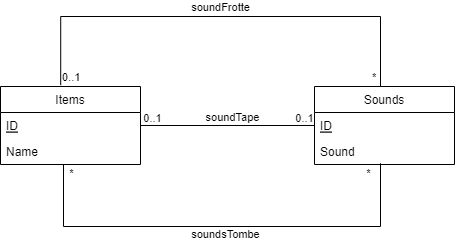
Above: res/UML_NotTransparent.drawio.png in AMT-TEAM03/quotes-exemple (draw.io), before the change. Source tidied: cells renumbered, new cells last; positions are measured from the earlier drawing's top-left corner, leaving out a move shared by most shapes.
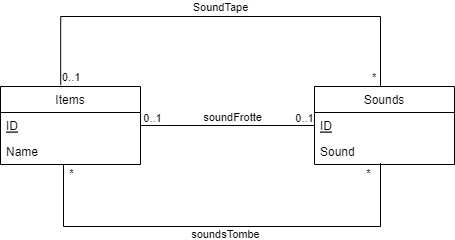
Above is the later version.

Change to the diagram source:
```diff
@@ -25,7 +25,7 @@
         <mxPoint x="140" y="109" as="sourcePoint" />
       </mxGeometry>
     </mxCell>
-    <mxCell id="9" value="soundTape" style="edgeLabel;html=1;align=center;verticalAlign=middle;fontSize=11;" parent="8" vertex="1">
+    <mxCell id="9" value="soundFrotte" style="edgeLabel;html=1;align=center;verticalAlign=middle;fontSize=11;" parent="8" vertex="1">
       <mxGeometry x="-0.17" relative="1" as="geometry">
         <mxPoint x="19" y="-9" as="offset" />
       </mxGeometry>
@@ -39,7 +39,7 @@
         </Array>
       </mxGeometry>
     </mxCell>
-    <mxCell id="11" value="soundFrotte" style="edgeLabel;html=1;align=center;verticalAlign=middle;fontSize=11;" parent="10" vertex="1">
+    <mxCell id="11" value="SoundTape" style="edgeLabel;html=1;align=center;verticalAlign=middle;fontSize=11;" parent="10" vertex="1">
       <mxGeometry x="0.12" y="-1" relative="1" as="geometry">
         <mxPoint x="-32" y="-11" as="offset" />
       </mxGeometry>
```
